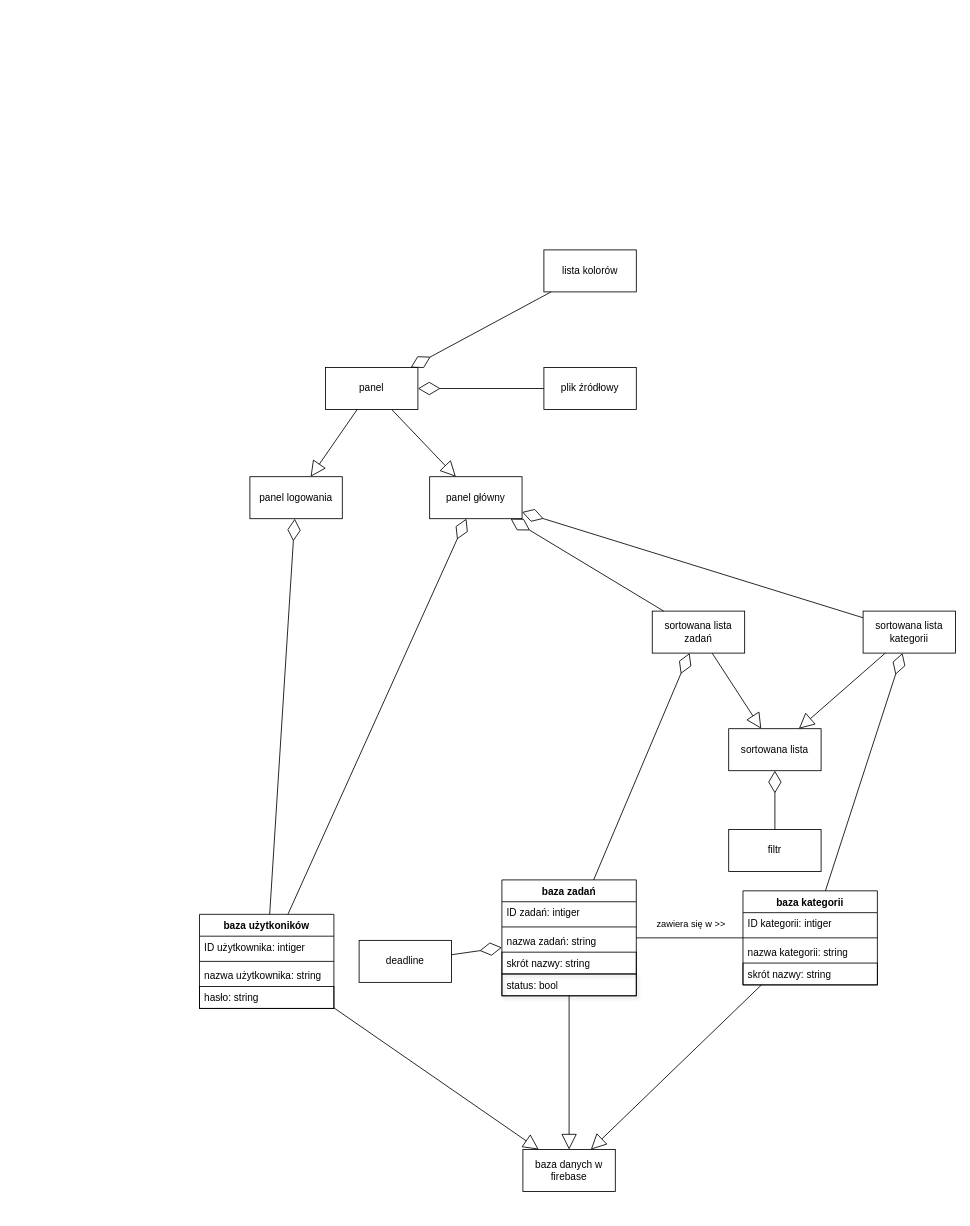
Above: TaskList.drawio in KacperJarosik/TaskList-UML (draw.io), before the change. Source tidied: cells renumbered, new cells numbered last; positions are measured from the earlier drawing's top-left corner, leaving out a move shared by most shapes. Both pictures are drawn from the tidied source at 84%, with x=0, y=0 at pixel (199, 249).
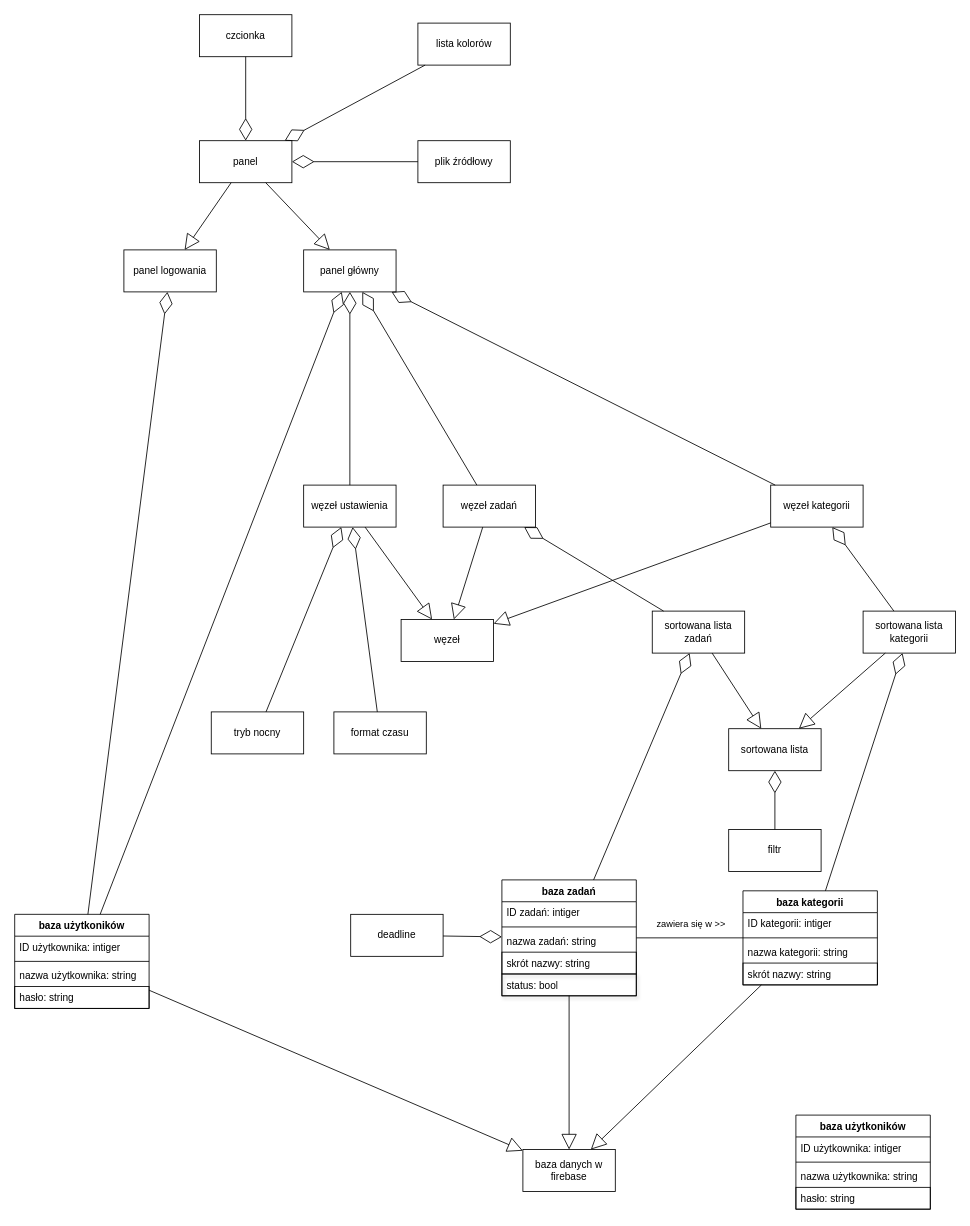
After the change.

The change refers to these unchanged cells:
```xml
<mxCell id="40" value="sortowana lista zadań" style="html=1;whiteSpace=wrap;" parent="1" vertex="1">
  <mxGeometry x="539" y="430" width="110" height="50" as="geometry" />
</mxCell>
<mxCell id="41" value="sortowana lista kategorii" style="html=1;whiteSpace=wrap;" parent="1" vertex="1">
  <mxGeometry x="790" y="430" width="110" height="50" as="geometry" />
</mxCell>
```

What changed in the source:
```diff
@@
     <mxCell id="2" value="panel logowania" style="html=1;whiteSpace=wrap;" parent="1" vertex="1">
-      <mxGeometry x="60" y="270" width="110" height="50" as="geometry" />
+      <mxGeometry x="-90" width="110" height="50" as="geometry" />
     </mxCell>
     <mxCell id="3" value="panel główny" style="html=1;whiteSpace=wrap;" parent="1" vertex="1">
-      <mxGeometry x="274" y="270" width="110" height="50" as="geometry" />
+      <mxGeometry x="124" width="110" height="50" as="geometry" />
     </mxCell>
     <mxCell id="4" value="panel" style="html=1;whiteSpace=wrap;" parent="1" vertex="1">
-      <mxGeometry x="150" y="140" width="110" height="50" as="geometry" />
+      <mxGeometry y="-130" width="110" height="50" as="geometry" />
     </mxCell>
@@
     <mxCell id="8" value="deadline" style="html=1;whiteSpace=wrap;" parent="1" vertex="1">
-      <mxGeometry x="190" y="822" width="110" height="50" as="geometry" />
+      <mxGeometry x="180" y="791" width="110" height="50" as="geometry" />
     </mxCell>
@@
     <mxCell id="20" value="baza użytkoników" style="swimlane;fontStyle=1;align=center;verticalAlign=top;horizontal=1;startSize=26;whiteSpace=wrap;html=1;" parent="1" vertex="1">
-      <mxGeometry y="791" width="160" height="112" as="geometry" />
+      <mxGeometry x="-220" y="791" width="160" height="112" as="geometry" />
     </mxCell>
@@
     <mxCell id="32" value="lista kolorów" style="html=1;whiteSpace=wrap;" parent="1" vertex="1">
-      <mxGeometry x="410" width="110" height="50" as="geometry" />
+      <mxGeometry x="260" y="-270" width="110" height="50" as="geometry" />
     </mxCell>
@@
     <mxCell id="37" value="plik źródłowy" style="html=1;whiteSpace=wrap;" parent="1" vertex="1">
-      <mxGeometry x="410" y="140" width="110" height="50" as="geometry" />
+      <mxGeometry x="260" y="-130" width="110" height="50" as="geometry" />
     </mxCell>
@@
-    <mxCell id="46" style="endArrow=diamondThin;endFill=0;endSize=24;html=1;rounded=0;" parent="1" edge="1" source="40" target="3">
-      <mxGeometry relative="1" as="geometry" />
-    </mxCell>
-    <mxCell id="47" style="endArrow=diamondThin;endFill=0;endSize=24;html=1;rounded=0;" parent="1" edge="1" source="41" target="3">
-      <mxGeometry relative="1" as="geometry" />
-    </mxCell>
+    <mxCell id="48" value="baza użytkoników" style="swimlane;fontStyle=1;align=center;verticalAlign=top;horizontal=1;startSize=26;whiteSpace=wrap;html=1;" parent="1" vertex="1">
+      <mxGeometry x="710" y="1030" width="160" height="112" as="geometry" />
+    </mxCell>
+    <mxCell id="49" value="ID użytkownika: intiger" style="text;strokeColor=none;fillColor=none;align=left;verticalAlign=top;spacingLeft=4;spacingRight=4;overflow=hidden;whiteSpace=wrap;html=1;" parent="48" vertex="1">
+      <mxGeometry y="26" width="160" height="26" as="geometry" />
+    </mxCell>
+    <mxCell id="50" style="line;strokeWidth=1;fillColor=none;align=left;verticalAlign=middle;spacingTop=-1;spacingLeft=3;spacingRight=3;labelPosition=right;strokeColor=inherit;" parent="48" vertex="1">
+      <mxGeometry y="52" width="160" height="8" as="geometry" />
+    </mxCell>
+    <mxCell id="51" value="&lt;div&gt;nazwa użytkownika: string&lt;/div&gt;" style="text;strokeColor=none;fillColor=none;align=left;verticalAlign=top;spacingLeft=4;spacingRight=4;overflow=hidden;whiteSpace=wrap;html=1;" parent="48" vertex="1">
+      <mxGeometry y="60" width="160" height="26" as="geometry" />
+    </mxCell>
+    <mxCell id="52" value="&lt;div&gt;hasło: string&lt;/div&gt;" style="text;strokeColor=#000000;fillColor=none;align=left;verticalAlign=top;spacingLeft=4;spacingRight=4;overflow=hidden;whiteSpace=wrap;html=1;" parent="48" vertex="1">
+      <mxGeometry y="86" width="160" height="26" as="geometry" />
+    </mxCell>
+    <mxCell id="53" value="węzeł" style="html=1;whiteSpace=wrap;" parent="1" vertex="1">
+      <mxGeometry x="240" y="440" width="110" height="50" as="geometry" />
+    </mxCell>
+    <mxCell id="54" value="węzeł ustawienia" style="html=1;whiteSpace=wrap;" parent="1" vertex="1">
+      <mxGeometry x="124" y="280" width="110" height="50" as="geometry" />
+    </mxCell>
+    <mxCell id="55" value="węzeł zadań" style="html=1;whiteSpace=wrap;" parent="1" vertex="1">
+      <mxGeometry x="290" y="280" width="110" height="50" as="geometry" />
+    </mxCell>
+    <mxCell id="56" value="węzeł kategorii" style="html=1;whiteSpace=wrap;" parent="1" vertex="1">
+      <mxGeometry x="680" y="280" width="110" height="50" as="geometry" />
+    </mxCell>
+    <mxCell id="57" style="endArrow=block;endSize=16;endFill=0;html=1;rounded=0;" parent="1" edge="1" source="54" target="53">
+      <mxGeometry relative="1" as="geometry" />
+    </mxCell>
+    <mxCell id="58" style="endArrow=block;endSize=16;endFill=0;html=1;rounded=0;" parent="1" edge="1" source="55" target="53">
+      <mxGeometry relative="1" as="geometry" />
+    </mxCell>
+    <mxCell id="59" style="endArrow=block;endSize=16;endFill=0;html=1;rounded=0;" parent="1" edge="1" source="56" target="53">
+      <mxGeometry relative="1" as="geometry" />
+    </mxCell>
+    <mxCell id="60" style="endArrow=diamondThin;endFill=0;endSize=24;html=1;rounded=0;" parent="1" edge="1" source="40" target="55">
+      <mxGeometry relative="1" as="geometry" />
+    </mxCell>
+    <mxCell id="61" style="endArrow=diamondThin;endFill=0;endSize=24;html=1;rounded=0;" parent="1" edge="1" source="41" target="56">
+      <mxGeometry relative="1" as="geometry" />
+    </mxCell>
+    <mxCell id="62" style="endArrow=diamondThin;endFill=0;endSize=24;html=1;rounded=0;" parent="1" edge="1" source="54" target="3">
+      <mxGeometry relative="1" as="geometry" />
+    </mxCell>
+    <mxCell id="63" style="endArrow=diamondThin;endFill=0;endSize=24;html=1;rounded=0;" parent="1" edge="1" source="55" target="3">
+      <mxGeometry relative="1" as="geometry" />
+    </mxCell>
+    <mxCell id="64" style="endArrow=diamondThin;endFill=0;endSize=24;html=1;rounded=0;" parent="1" edge="1" source="56" target="3">
+      <mxGeometry relative="1" as="geometry" />
+    </mxCell>
+    <mxCell id="65" value="czcionka" style="html=1;whiteSpace=wrap;" parent="1" vertex="1">
+      <mxGeometry y="-280" width="110" height="50" as="geometry" />
+    </mxCell>
+    <mxCell id="66" style="endArrow=diamondThin;endFill=0;endSize=24;html=1;rounded=0;" parent="1" edge="1" source="65" target="4">
+      <mxGeometry relative="1" as="geometry" />
+    </mxCell>
+    <mxCell id="67" value="tryb nocny" style="html=1;whiteSpace=wrap;" parent="1" vertex="1">
+      <mxGeometry x="14" y="550" width="110" height="50" as="geometry" />
+    </mxCell>
+    <mxCell id="68" value="format czasu" style="html=1;whiteSpace=wrap;" parent="1" vertex="1">
+      <mxGeometry x="160" y="550" width="110" height="50" as="geometry" />
+    </mxCell>
+    <mxCell id="69" style="endArrow=diamondThin;endFill=0;endSize=24;html=1;rounded=0;" parent="1" edge="1" source="67" target="54">
+      <mxGeometry relative="1" as="geometry" />
+    </mxCell>
+    <mxCell id="70" style="endArrow=diamondThin;endFill=0;endSize=24;html=1;rounded=0;" parent="1" edge="1" source="68" target="54">
+      <mxGeometry relative="1" as="geometry" />
+    </mxCell>
```
